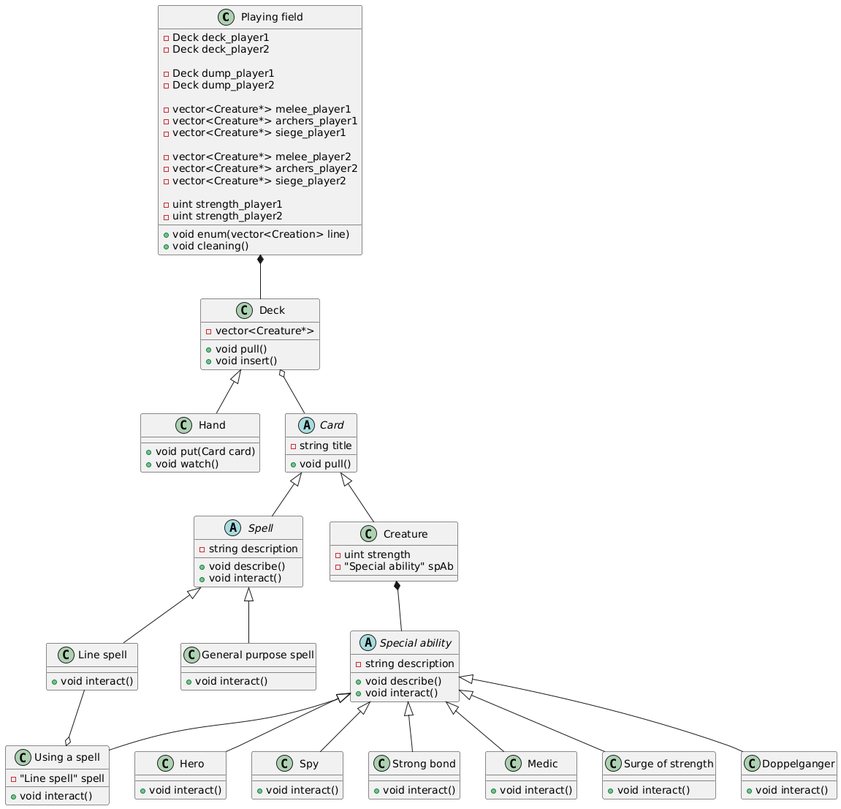
Above: Arch_description/ClassDiagram.png in MyznikovFD/LabWork2 (PlantUML), before the change.
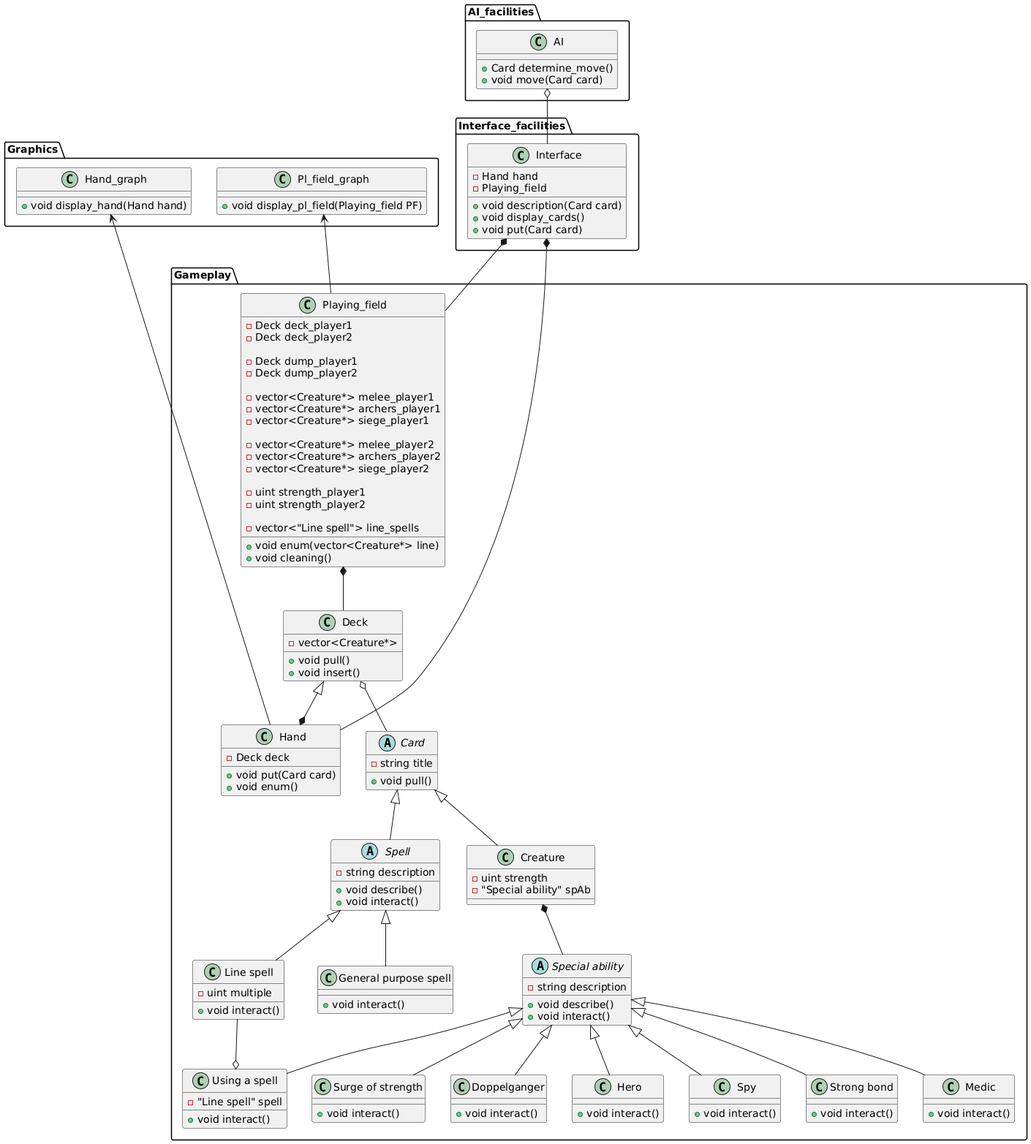
Later version of the same file.

Commit message:
Added such groupes of classes as Graphics, Interface and AI in ClassDiagram

Change to the diagram source:
```diff
@@ -1,5 +1,34 @@
 @startuml
-class "Playing field" {
+package Interface_facilities {
+class Interface {
+-Hand hand
+-Playing_field
++void description(Card card)
++void display_cards()
++void put(Card card)
+}
+}
+
+package Graphics {
+class Pl_field_graph {
++void display_pl_field(Playing_field PF)
+}
+class Hand_graph {
++void display_hand(Hand hand)
+}
+}
+
+
+package AI_facilities {
+class AI {
++Card determine_move()
++void move(Card card)
+}
+}
+
+package Gameplay {
+
+class Playing_field {
 -Deck deck_player1
 -Deck deck_player2
 
@@ -17,10 +46,12 @@
 -uint strength_player1
 -uint strength_player2
 
-+void enum(vector<Creation> line)
+-vector<"Line spell"> line_spells
+
++void enum(vector<Creature*> line)
 +void cleaning()
+}
 
-}
 
 class Deck {
 -vector<Creature*>
@@ -30,8 +61,9 @@
 }
 
 class Hand {
+-Deck deck
 +void put(Card card)
-+void watch()
++void enum()
 }
 
 abstract class Card {
@@ -48,6 +80,7 @@
 
 
 class "Line spell" {
+-uint multiple
 +void interact()
 }
 
@@ -88,9 +121,15 @@
 class "Doppelganger" {
 +void interact()
 }
-"Playing field" *-- Deck
+}
+Hand_graph <-- Hand
+Pl_field_graph <-- Playing_field
+Interface *-- Playing_field
+Playing_field *-- Deck
 Deck o-- Card
-Deck <|-- Hand
+Deck <|--* Hand
+Interface *-- Hand
+AI o-- Interface
 
 Card <|-- Creature
 Card <|-- Spell
```
